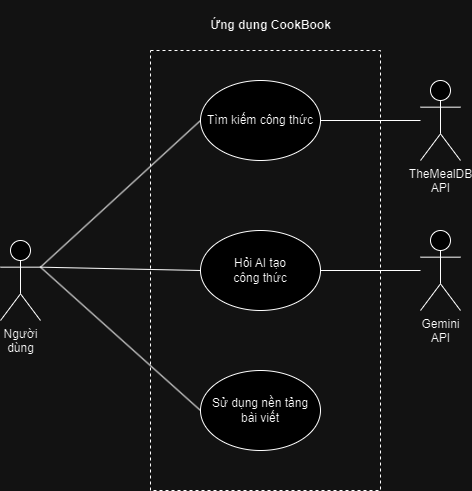
Before: CookBook_revised.drawio.png, a diagram exported from draw.io (hotcat190/cookbook-sequence-diagrams). Source tidied: cells renumbered, new cells last; positions are measured from the earlier drawing's top-left corner, leaving out a move shared by most shapes. The source it was exported from:
```xml
<mxGraphModel>
  <root>
    <mxCell id="0" />
    <mxCell id="1" parent="0" />
    <mxCell id="2" style="rounded=0;whiteSpace=wrap;html=1;fillColor=none;strokeColor=default;dashed=1;fontSize=12;" parent="1" vertex="1">
      <mxGeometry x="150" y="50" width="230" height="440" as="geometry" />
    </mxCell>
    <mxCell id="3" value="&lt;font&gt;Người&lt;br&gt;dùng&lt;/font&gt;" style="shape=umlActor;verticalLabelPosition=bottom;verticalAlign=top;html=1;outlineConnect=0;fontSize=12;" parent="1" vertex="1">
      <mxGeometry y="240" width="40" height="80" as="geometry" />
    </mxCell>
    <mxCell id="4" style="endArrow=none;html=1;rounded=0;entryX=0;entryY=0.5;entryDx=0;entryDy=0;exitX=1;exitY=0.3333333333333333;exitDx=0;exitDy=0;exitPerimeter=0;fontSize=12;" parent="1" edge="1" source="3" target="8">
      <mxGeometry relative="1" as="geometry" />
    </mxCell>
    <mxCell id="5" value="Ứng dụng CookBook" style="text;strokeColor=none;fillColor=none;html=1;fontSize=12;fontStyle=1;verticalAlign=middle;align=center;" parent="1" vertex="1">
      <mxGeometry x="70" width="400" height="50" as="geometry" />
    </mxCell>
    <mxCell id="6" style="endArrow=none;html=1;rounded=0;exitX=1;exitY=0.3333333333333333;exitDx=0;exitDy=0;exitPerimeter=0;entryX=0;entryY=0.5;entryDx=0;entryDy=0;fontSize=12;" parent="1" edge="1" source="3" target="11">
      <mxGeometry relative="1" as="geometry" />
    </mxCell>
    <mxCell id="7" style="endArrow=none;html=1;rounded=0;exitX=1;exitY=0.3333333333333333;exitDx=0;exitDy=0;exitPerimeter=0;entryX=0;entryY=0.5;entryDx=0;entryDy=0;fontSize=12;" parent="1" edge="1" source="3" target="14">
      <mxGeometry relative="1" as="geometry" />
    </mxCell>
    <mxCell id="8" value="Tìm kiếm công thức" style="ellipse;whiteSpace=wrap;html=1;fontSize=12;" parent="1" vertex="1">
      <mxGeometry x="200" y="80" width="120" height="80" as="geometry" />
    </mxCell>
    <mxCell id="9" value="TheMealDB&lt;div&gt;API&lt;/div&gt;" style="shape=umlActor;verticalLabelPosition=bottom;verticalAlign=top;html=1;outlineConnect=0;fontSize=12;" parent="1" vertex="1">
      <mxGeometry x="420" y="80" width="40" height="80" as="geometry" />
    </mxCell>
    <mxCell id="10" style="endArrow=none;html=1;rounded=0;entryX=1;entryY=0.5;entryDx=0;entryDy=0;fontSize=12;" parent="1" edge="1" source="9" target="8">
      <mxGeometry relative="1" as="geometry" />
    </mxCell>
    <mxCell id="11" value="Hỏi AI tạo &lt;br&gt;công thức" style="ellipse;whiteSpace=wrap;html=1;fontSize=12;" parent="1" vertex="1">
      <mxGeometry x="200" y="230" width="120" height="80" as="geometry" />
    </mxCell>
    <mxCell id="12" value="Gemini&lt;div&gt;API&lt;/div&gt;" style="shape=umlActor;verticalLabelPosition=bottom;verticalAlign=top;html=1;outlineConnect=0;fontSize=12;" parent="1" vertex="1">
      <mxGeometry x="420" y="230" width="40" height="80" as="geometry" />
    </mxCell>
    <mxCell id="13" style="endArrow=none;html=1;rounded=0;entryX=1;entryY=0.5;entryDx=0;entryDy=0;fontSize=12;" parent="1" edge="1" source="12" target="11">
      <mxGeometry relative="1" as="geometry" />
    </mxCell>
    <mxCell id="14" value="Sử dụng nền tảng&lt;br&gt;bài viết" style="ellipse;whiteSpace=wrap;html=1;fontSize=12;" parent="1" vertex="1">
      <mxGeometry x="200" y="370" width="120" height="80" as="geometry" />
    </mxCell>
  </root>
</mxGraphModel>
```
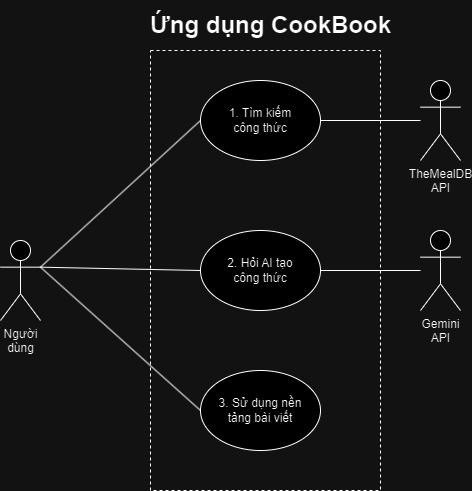
Above is the later version.

Commit message:
revised use case diagram

The edit, as a diff of the source:
```diff
@@ -11,7 +11,7 @@
     <mxCell id="4" style="endArrow=none;html=1;rounded=0;entryX=0;entryY=0.5;entryDx=0;entryDy=0;exitX=1;exitY=0.3333333333333333;exitDx=0;exitDy=0;exitPerimeter=0;fontSize=12;" parent="1" edge="1" source="3" target="8">
       <mxGeometry relative="1" as="geometry" />
     </mxCell>
-    <mxCell id="5" value="Ứng dụng CookBook" style="text;strokeColor=none;fillColor=none;html=1;fontSize=12;fontStyle=1;verticalAlign=middle;align=center;" parent="1" vertex="1">
+    <mxCell id="5" value="Ứng dụng CookBook" style="text;strokeColor=none;fillColor=none;html=1;fontSize=24;fontStyle=1;verticalAlign=middle;align=center;" parent="1" vertex="1">
       <mxGeometry x="70" width="400" height="50" as="geometry" />
     </mxCell>
     <mxCell id="6" style="endArrow=none;html=1;rounded=0;exitX=1;exitY=0.3333333333333333;exitDx=0;exitDy=0;exitPerimeter=0;entryX=0;entryY=0.5;entryDx=0;entryDy=0;fontSize=12;" parent="1" edge="1" source="3" target="11">
@@ -20,7 +20,7 @@
     <mxCell id="7" style="endArrow=none;html=1;rounded=0;exitX=1;exitY=0.3333333333333333;exitDx=0;exitDy=0;exitPerimeter=0;entryX=0;entryY=0.5;entryDx=0;entryDy=0;fontSize=12;" parent="1" edge="1" source="3" target="14">
       <mxGeometry relative="1" as="geometry" />
     </mxCell>
-    <mxCell id="8" value="Tìm kiếm công thức" style="ellipse;whiteSpace=wrap;html=1;fontSize=12;" parent="1" vertex="1">
+    <mxCell id="8" value="1. Tìm kiếm &lt;br&gt;công thức" style="ellipse;whiteSpace=wrap;html=1;fontSize=12;" parent="1" vertex="1">
       <mxGeometry x="200" y="80" width="120" height="80" as="geometry" />
     </mxCell>
     <mxCell id="9" value="TheMealDB&lt;div&gt;API&lt;/div&gt;" style="shape=umlActor;verticalLabelPosition=bottom;verticalAlign=top;html=1;outlineConnect=0;fontSize=12;" parent="1" vertex="1">
@@ -29,7 +29,7 @@
     <mxCell id="10" style="endArrow=none;html=1;rounded=0;entryX=1;entryY=0.5;entryDx=0;entryDy=0;fontSize=12;" parent="1" edge="1" source="9" target="8">
       <mxGeometry relative="1" as="geometry" />
     </mxCell>
-    <mxCell id="11" value="Hỏi AI tạo &lt;br&gt;công thức" style="ellipse;whiteSpace=wrap;html=1;fontSize=12;" parent="1" vertex="1">
+    <mxCell id="11" value="2. Hỏi AI tạo &lt;br&gt;công thức" style="ellipse;whiteSpace=wrap;html=1;fontSize=12;" parent="1" vertex="1">
       <mxGeometry x="200" y="230" width="120" height="80" as="geometry" />
     </mxCell>
     <mxCell id="12" value="Gemini&lt;div&gt;API&lt;/div&gt;" style="shape=umlActor;verticalLabelPosition=bottom;verticalAlign=top;html=1;outlineConnect=0;fontSize=12;" parent="1" vertex="1">
@@ -38,7 +38,7 @@
     <mxCell id="13" style="endArrow=none;html=1;rounded=0;entryX=1;entryY=0.5;entryDx=0;entryDy=0;fontSize=12;" parent="1" edge="1" source="12" target="11">
       <mxGeometry relative="1" as="geometry" />
     </mxCell>
-    <mxCell id="14" value="Sử dụng nền tảng&lt;br&gt;bài viết" style="ellipse;whiteSpace=wrap;html=1;fontSize=12;" parent="1" vertex="1">
+    <mxCell id="14" value="3. Sử dụng nền &lt;br&gt;tảng bài viết" style="ellipse;whiteSpace=wrap;html=1;fontSize=12;" parent="1" vertex="1">
       <mxGeometry x="200" y="370" width="120" height="80" as="geometry" />
     </mxCell>
   </root>
```
